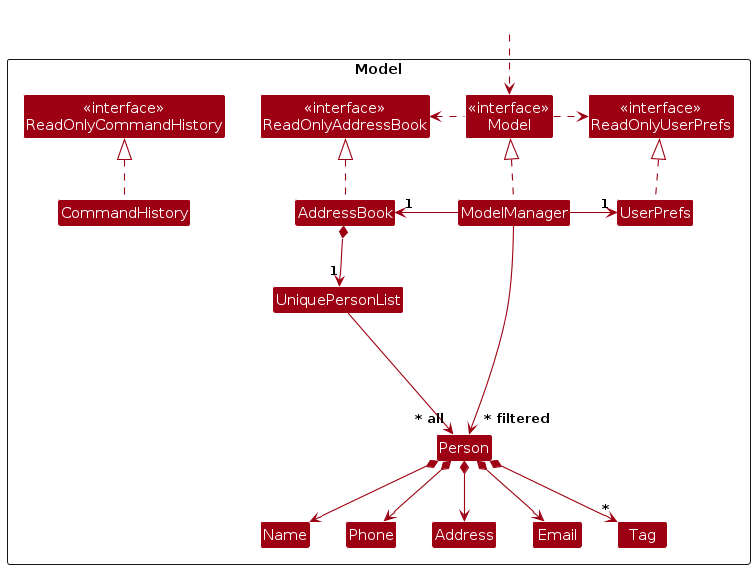
Above: diagrams/ModelClassDiagram.png in joelchongg/tp (PlantUML), before the change. Its source is kept beside it as diagrams/ModelClassDiagram.puml. Source of this version:
```plantuml
@startuml
!include style.puml
skinparam arrowThickness 1.1
skinparam arrowColor MODEL_COLOR
skinparam classBackgroundColor MODEL_COLOR

Package Model as ModelPackage <<Rectangle>>{
Class "<<interface>>\nReadOnlyAddressBook" as ReadOnlyAddressBook
Class "<<interface>>\nReadOnlyUserPrefs" as ReadOnlyUserPrefs
Class "<<interface>>\nReadOnlyCommandHistory" as ReadOnlyCommandHistory

Class "<<interface>>\nModel" as Model
Class AddressBook
Class ModelManager
Class UserPrefs
Class CommandHistory

Class UniquePersonList
Class Person
Class Address
Class Email
Class Name
Class Phone
Class Tag

Class I #FFFFFF
}

Class HiddenOutside #FFFFFF
HiddenOutside ..> Model

AddressBook .up.|> ReadOnlyAddressBook

CommandHistory .Up.|> ReadOnlyCommandHistory

ModelManager .up.|> Model
Model .right.> ReadOnlyUserPrefs
Model .left.> ReadOnlyAddressBook
ModelManager -left-> "1" AddressBook
ModelManager -right-> "1" UserPrefs
UserPrefs .up.|> ReadOnlyUserPrefs

AddressBook *--> "1" UniquePersonList
UniquePersonList --> "~* all" Person
Person *--> Name
Person *--> Phone
Person *--> Email
Person *--> Address
Person *--> "*" Tag

Person -[hidden]up--> I
UniquePersonList -[hidden]right-> I

Name -[hidden]right-> Phone
Phone -[hidden]right-> Address
Address -[hidden]right-> Email

ModelManager --> "~* filtered" Person
@enduml
```
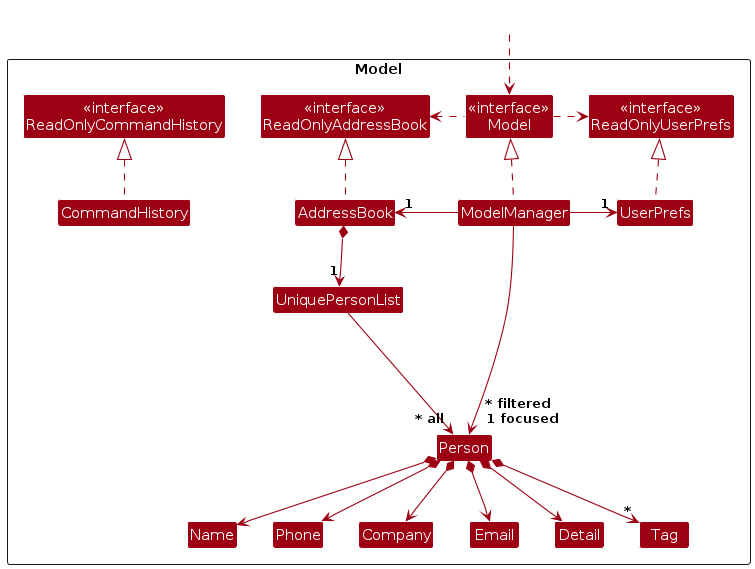
Above is the later version.

Change to the diagram source:
```diff
@@ -17,10 +17,11 @@
 
 Class UniquePersonList
 Class Person
-Class Address
+Class Company
 Class Email
 Class Name
 Class Phone
+Class Detail
 Class Tag
 
 Class I #FFFFFF
@@ -45,15 +46,16 @@
 Person *--> Name
 Person *--> Phone
 Person *--> Email
-Person *--> Address
+Person *--> Detail
+Person *--> Company
 Person *--> "*" Tag
 
 Person -[hidden]up--> I
 UniquePersonList -[hidden]right-> I
 
 Name -[hidden]right-> Phone
-Phone -[hidden]right-> Address
-Address -[hidden]right-> Email
+Phone -[hidden]right-> Company
+Company -[hidden]right-> Email
 
-ModelManager --> "~* filtered" Person
+ModelManager --> "~* filtered \n 1 focused" Person
 @enduml
```
